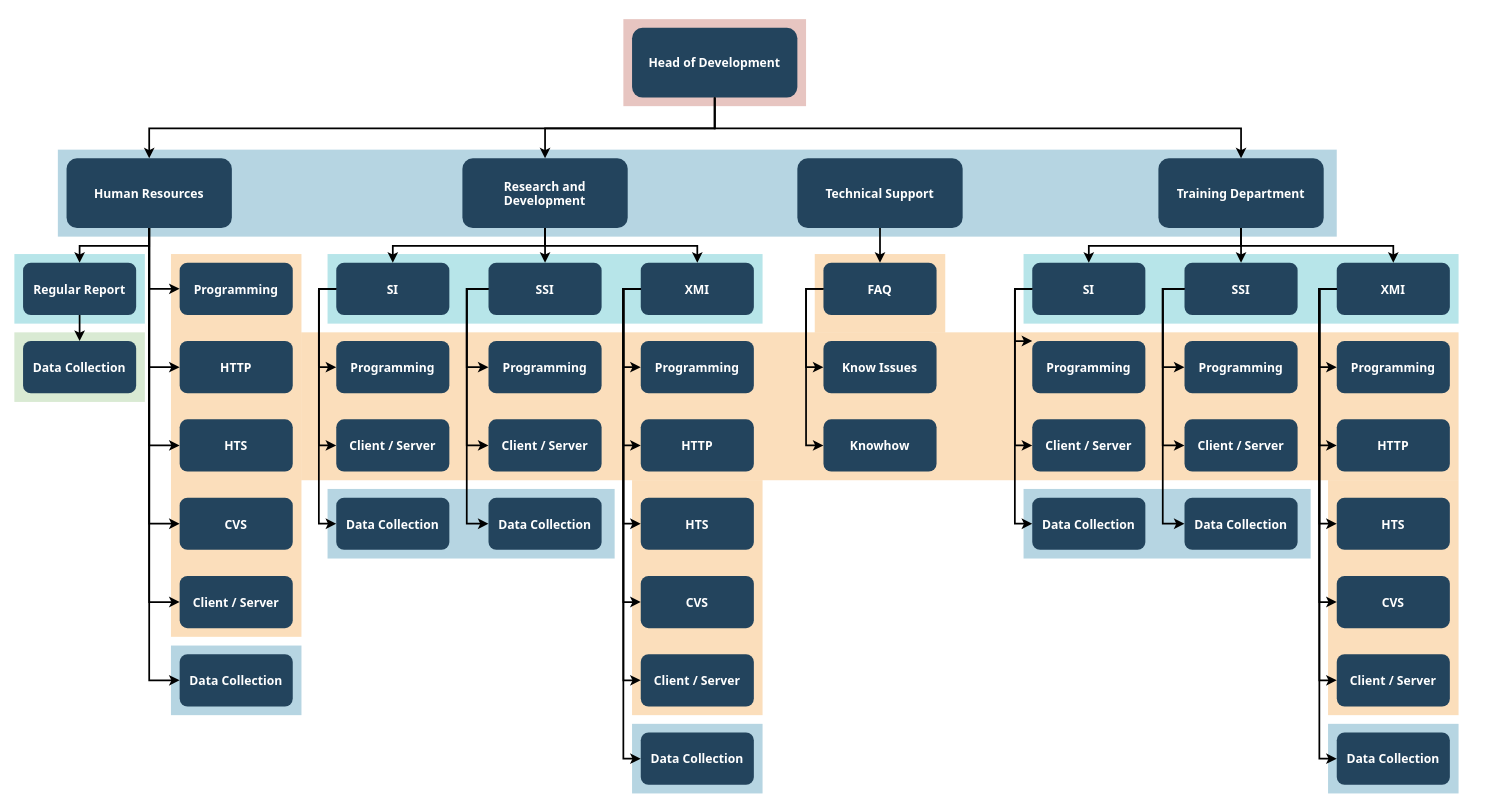
This is Untitled Diagram.drawio from old/Mindmaps, a draw.io file, before an edit. Source tidied: cells renumbered, new cells numbered last; positions are measured from the earlier drawing's top-left corner, leaving out a move shared by most shapes. Both pictures are drawn from the tidied source at 87%, with x=0, y=0 at pixel (14, 19).
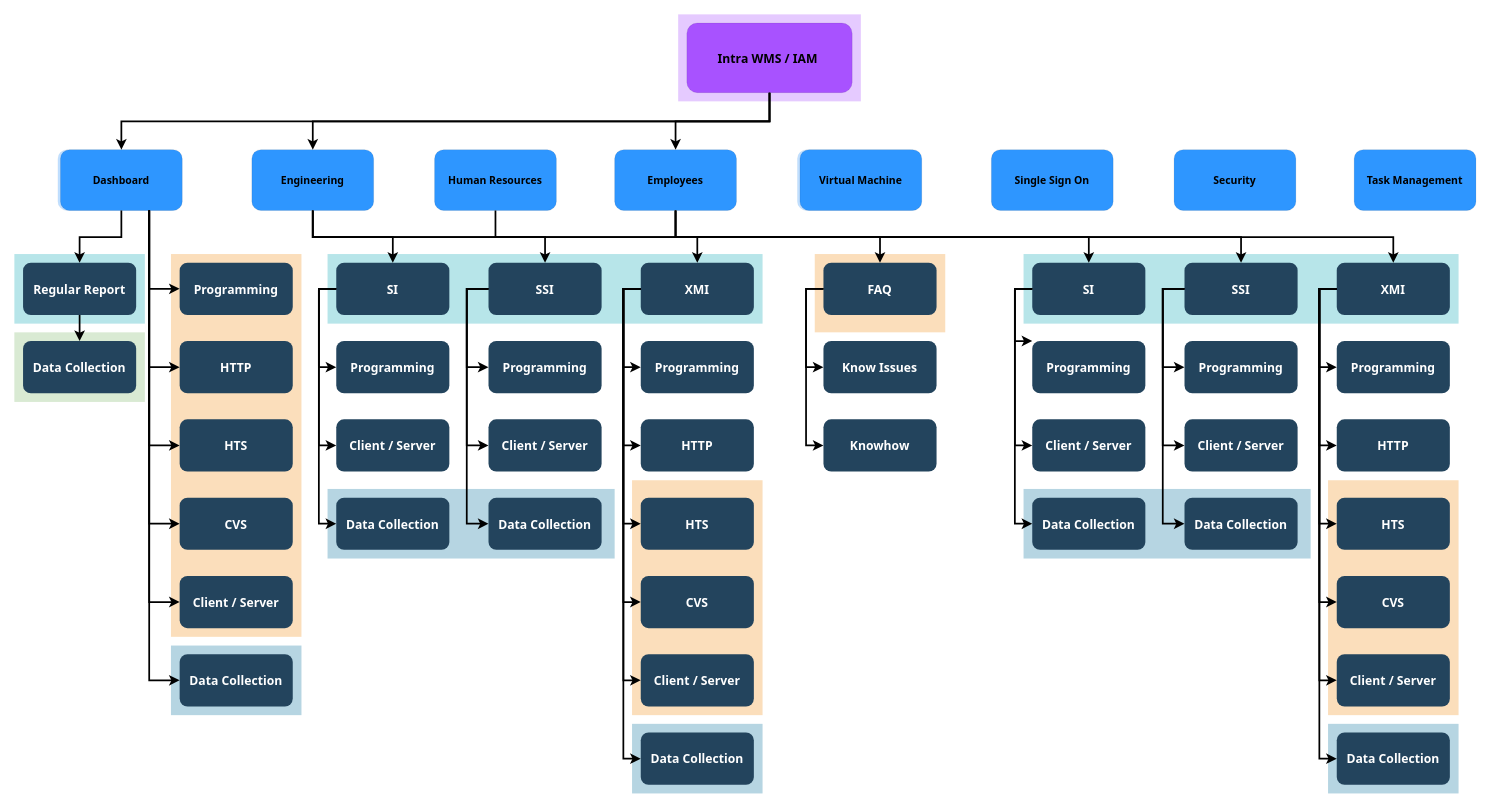
The same page after the edit.

Commit message:
Intra Site Map Init

What changed in the source:
```diff
@@
-    <mxCell id="2" style="fillColor=#AE4132;strokeColor=none;opacity=30;" parent="1" vertex="1">
-      <mxGeometry x="700" y="-0.5" width="210" height="100" as="geometry" />
+    <mxCell id="2" style="fillColor=#a852ff;strokeColor=none;opacity=30;" parent="1" vertex="1">
+      <mxGeometry x="763" y="-6" width="210" height="100" as="geometry" />
     </mxCell>
-    <mxCell id="3" style="fillColor=#10739E;strokeColor=none;opacity=30;" parent="1" vertex="1">
-      <mxGeometry x="50" y="149.5" width="1470" height="100" as="geometry" />
+    <mxCell id="3" style="fillColor=#2e96ff;strokeColor=default;opacity=30;rounded=1;perimeterSpacing=0;strokeWidth=0;glass=0;shadow=0;fontColor=default;fillStyle=auto;gradientColor=none;" parent="1" vertex="1">
+      <mxGeometry x="50" y="149.5" width="140" height="70" as="geometry" />
     </mxCell>
@@
-    <mxCell id="8" style="fillColor=#F2931E;strokeColor=none;opacity=30;" parent="1" vertex="1">
-      <mxGeometry x="330" y="359.5" width="1330" height="170" as="geometry" />
-    </mxCell>
@@
-    <mxCell id="18" value="Head of Development" style="rounded=1;fillColor=#23445D;gradientColor=none;strokeColor=none;fontColor=#FFFFFF;fontStyle=1;fontFamily=Tahoma;fontSize=14;" parent="1" vertex="1">
-      <mxGeometry x="710" y="9.5" width="190" height="80" as="geometry" />
+    <mxCell id="18" value="Intra WMS / IAM " style="rounded=1;fillColor=#a852ff;gradientColor=none;strokeColor=default;fontColor=#000000;fontStyle=1;fontFamily=Tahoma;fontSize=14;strokeWidth=0;" parent="1" vertex="1">
+      <mxGeometry x="773" y="4" width="190" height="80" as="geometry" />
     </mxCell>
-    <mxCell id="19" value="Training Department" style="rounded=1;fillColor=#23445D;gradientColor=none;strokeColor=none;fontColor=#FFFFFF;fontStyle=1;fontFamily=Tahoma;fontSize=14;" parent="1" vertex="1">
-      <mxGeometry x="1315" y="159.5" width="190" height="80" as="geometry" />
+    <mxCell id="19" value="Employees" style="rounded=1;fillColor=#2e96ff;gradientColor=none;strokeColor=default;fontColor=default;fontStyle=1;fontFamily=Tahoma;fontSize=12;perimeterSpacing=0;strokeWidth=0;glass=0;shadow=0;fillStyle=auto;" parent="1" vertex="1">
+      <mxGeometry x="690" y="149.5" width="140" height="70" as="geometry" />
     </mxCell>
@@
-    <mxCell id="21" value="Technical Support" style="rounded=1;fillColor=#23445D;gradientColor=none;strokeColor=none;fontColor=#FFFFFF;fontStyle=1;fontFamily=Tahoma;fontSize=14;" parent="1" vertex="1">
-      <mxGeometry x="900" y="159.5" width="190" height="80" as="geometry" />
+    <mxCell id="21" value="Human Resources" style="rounded=1;fillColor=#2e96ff;strokeColor=default;fontStyle=1;fontFamily=Tahoma;fontSize=12;perimeterSpacing=0;strokeWidth=0;glass=0;shadow=0;fontColor=default;fillStyle=auto;gradientColor=none;" parent="1" vertex="1">
+      <mxGeometry x="483" y="149.5" width="140" height="70" as="geometry" />
     </mxCell>
-    <mxCell id="22" value="Research and &#10;Development" style="rounded=1;fillColor=#23445D;gradientColor=none;strokeColor=none;fontColor=#FFFFFF;fontStyle=1;fontFamily=Tahoma;fontSize=14;" parent="1" vertex="1">
-      <mxGeometry x="515" y="159.5" width="190" height="80" as="geometry" />
+    <mxCell id="22" value="Engineering" style="rounded=1;fillColor=#2e96ff;strokeColor=default;fontStyle=1;fontFamily=Tahoma;fontSize=12;perimeterSpacing=0;strokeWidth=0;glass=0;shadow=0;gradientColor=none;fontColor=default;fillStyle=auto;" parent="1" vertex="1">
+      <mxGeometry x="273" y="149.5" width="140" height="70" as="geometry" />
     </mxCell>
-    <mxCell id="23" value="Human Resources" style="rounded=1;fillColor=#23445D;gradientColor=none;strokeColor=none;fontColor=#FFFFFF;fontStyle=1;fontFamily=Tahoma;fontSize=14;" parent="1" vertex="1">
-      <mxGeometry x="60" y="159.5" width="190" height="80" as="geometry" />
+    <mxCell id="23" value="Dashboard" style="rounded=1;fillColor=#2e96ff;gradientColor=none;strokeColor=default;fontColor=default;fontStyle=1;fontFamily=Tahoma;fontSize=12;perimeterSpacing=0;strokeWidth=0;glass=0;shadow=0;fillStyle=auto;" parent="1" vertex="1">
+      <mxGeometry x="53" y="149.5" width="140" height="70" as="geometry" />
     </mxCell>
@@
+    <mxCell id="108" style="fillColor=#2e96ff;strokeColor=default;opacity=30;rounded=1;perimeterSpacing=0;strokeWidth=0;glass=0;shadow=0;fontColor=default;fillStyle=auto;gradientColor=none;" parent="1" vertex="1">
+      <mxGeometry x="900" y="149.5" width="140" height="70" as="geometry" />
+    </mxCell>
+    <mxCell id="109" value="Task Management" style="rounded=1;fillColor=#2e96ff;gradientColor=none;strokeColor=default;fontColor=default;fontStyle=1;fontFamily=Tahoma;fontSize=12;perimeterSpacing=0;strokeWidth=0;glass=0;shadow=0;fillStyle=auto;" parent="1" vertex="1">
+      <mxGeometry x="1540" y="149.5" width="140" height="70" as="geometry" />
+    </mxCell>
+    <mxCell id="110" value="Security" style="rounded=1;fillColor=#2e96ff;gradientColor=none;strokeColor=default;fontColor=default;fontStyle=1;fontFamily=Tahoma;fontSize=12;perimeterSpacing=0;strokeWidth=0;glass=0;shadow=0;fillStyle=auto;" parent="1" vertex="1">
+      <mxGeometry x="1333" y="149.5" width="140" height="70" as="geometry" />
+    </mxCell>
+    <mxCell id="111" value="Single Sign On" style="rounded=1;fillColor=#2e96ff;gradientColor=none;strokeColor=default;fontColor=default;fontStyle=1;fontFamily=Tahoma;fontSize=12;perimeterSpacing=0;strokeWidth=0;glass=0;shadow=0;fillStyle=auto;" parent="1" vertex="1">
+      <mxGeometry x="1123" y="149.5" width="140" height="70" as="geometry" />
+    </mxCell>
+    <mxCell id="112" value="Virtual Machine" style="rounded=1;fillColor=#2e96ff;gradientColor=none;strokeColor=default;fontColor=default;fontStyle=1;fontFamily=Tahoma;fontSize=12;perimeterSpacing=0;strokeWidth=0;glass=0;shadow=0;fillStyle=auto;" parent="1" vertex="1">
+      <mxGeometry x="903" y="149.5" width="140" height="70" as="geometry" />
+    </mxCell>
```
